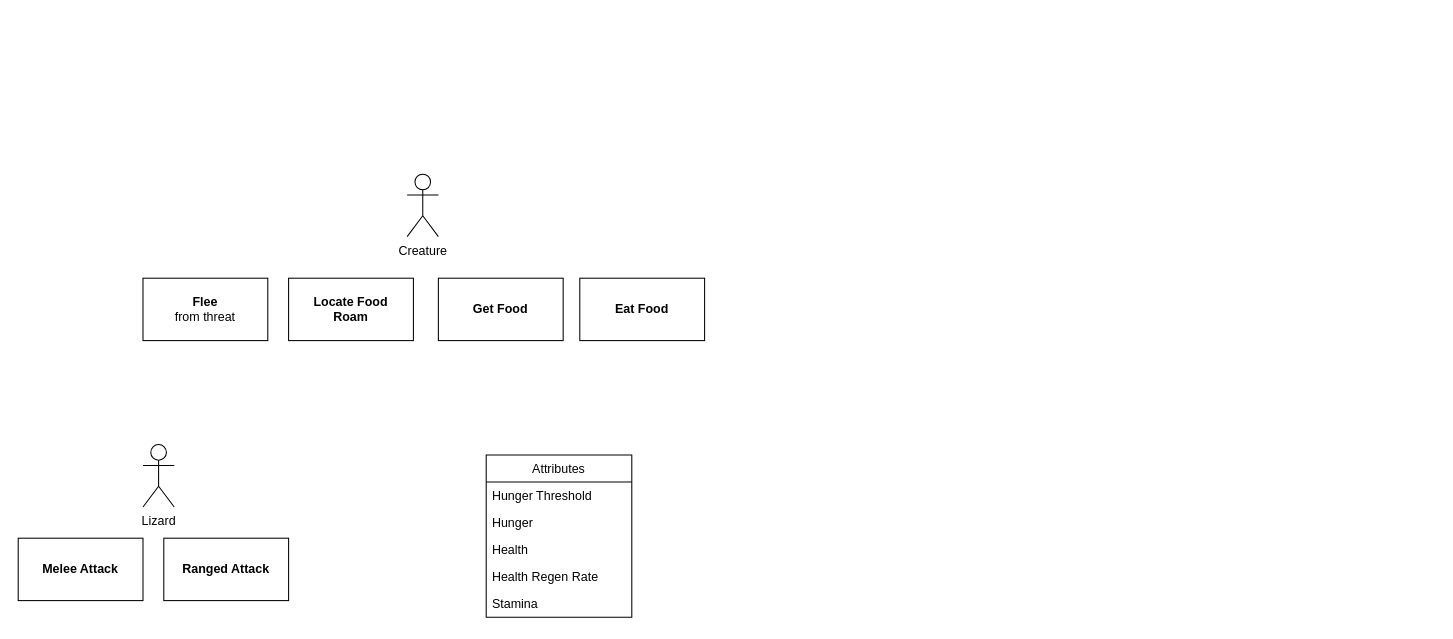
This is documentation/actionPlans_the-game.drawio from AumPatel2208/GOAP-Ecosystem-FPS, a draw.io file, before an edit. Source tidied: cells renumbered, new cells numbered last; positions are measured from the earlier drawing's top-left corner, leaving out a move shared by most shapes. Both pictures are drawn from the tidied source at 104%, with x=0, y=0 at pixel (18, 174).
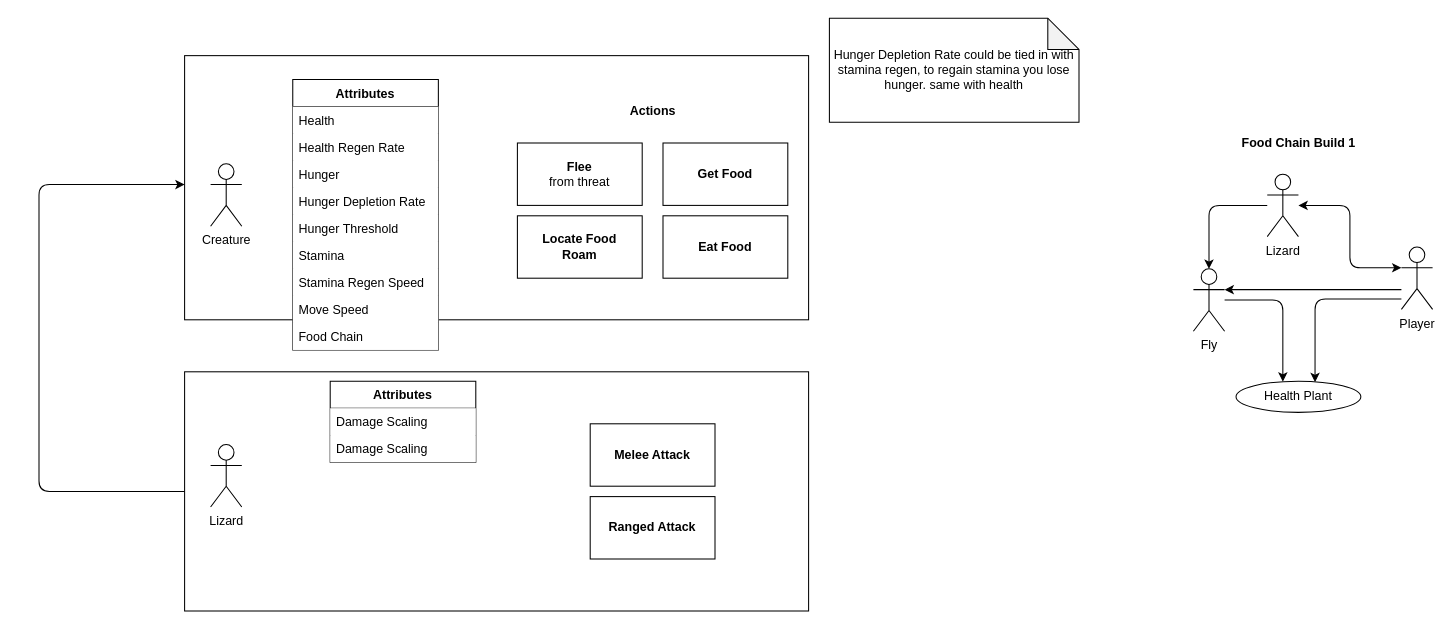
The same diagram, later.

The edit, as a diff of the source:
```diff
@@
+    <mxCell id="16" style="rounded=0;whiteSpace=wrap;html=1;fillColor=#ffffff;" parent="1" vertex="1">
+      <mxGeometry x="160" y="190" width="600" height="230" as="geometry" />
+    </mxCell>
+    <mxCell id="17" style="rounded=0;whiteSpace=wrap;html=1;fillColor=#ffffff;" parent="1" vertex="1">
+      <mxGeometry x="160" y="-114" width="600" height="254" as="geometry" />
+    </mxCell>
     <mxCell id="2" value="&lt;div&gt;Creature&lt;/div&gt;" style="shape=umlActor;verticalLabelPosition=bottom;verticalAlign=top;html=1;" parent="1" vertex="1">
-      <mxGeometry x="374" width="30" height="60" as="geometry" />
+      <mxGeometry x="185" y="-10" width="30" height="60" as="geometry" />
     </mxCell>
     <mxCell id="3" value="&lt;div&gt;&lt;b&gt;Flee&lt;/b&gt;&lt;br&gt;&lt;/div&gt;&lt;div&gt;from threat&lt;br&gt;&lt;/div&gt;" style="rounded=0;whiteSpace=wrap;html=1;" parent="1" vertex="1">
-      <mxGeometry x="120" y="100" width="120" height="60" as="geometry" />
+      <mxGeometry x="480" y="-30" width="120" height="60" as="geometry" />
     </mxCell>
     <mxCell id="4" value="&lt;div&gt;&lt;b&gt;Locate Food&lt;/b&gt;&lt;/div&gt;&lt;div&gt;&lt;b&gt;Roam&lt;br&gt;&lt;/b&gt;&lt;/div&gt;" style="whiteSpace=wrap;html=1;" parent="1" vertex="1">
-      <mxGeometry x="260" y="100" width="120" height="60" as="geometry" />
+      <mxGeometry x="480" y="40" width="120" height="60" as="geometry" />
     </mxCell>
     <mxCell id="5" value="&lt;b&gt;Eat Food&lt;br&gt;&lt;/b&gt;" style="whiteSpace=wrap;html=1;" parent="1" vertex="1">
-      <mxGeometry x="540" y="100" width="120" height="60" as="geometry" />
+      <mxGeometry x="620" y="40" width="120" height="60" as="geometry" />
     </mxCell>
     <mxCell id="6" value="&lt;div&gt;&lt;b&gt;Get Food&lt;/b&gt;&lt;/div&gt;" style="whiteSpace=wrap;html=1;" parent="1" vertex="1">
-      <mxGeometry x="404" y="100" width="120" height="60" as="geometry" />
+      <mxGeometry x="620" y="-30" width="120" height="60" as="geometry" />
     </mxCell>
+    <mxCell id="18" style="edgeStyle=orthogonalEdgeStyle;rounded=1;jettySize=auto;html=1;exitX=0;exitY=0.5;exitDx=0;exitDy=0;" parent="1" edge="1" source="16">
+      <mxGeometry relative="1" as="geometry">
+        <mxPoint x="160" y="10" as="targetPoint" />
+        <Array as="points">
+          <mxPoint x="20" y="305" />
+          <mxPoint x="20" y="10" />
+        </Array>
+      </mxGeometry>
+    </mxCell>
     <mxCell id="7" value="&lt;div&gt;Lizard&lt;/div&gt;" style="shape=umlActor;verticalLabelPosition=bottom;verticalAlign=top;html=1;" parent="1" vertex="1">
-      <mxGeometry x="120" y="260" width="30" height="60" as="geometry" />
+      <mxGeometry x="185" y="260" width="30" height="60" as="geometry" />
     </mxCell>
     <mxCell id="8" value="&lt;b&gt;Melee Attack&lt;/b&gt;" style="whiteSpace=wrap;html=1;" parent="1" vertex="1">
-      <mxGeometry y="350" width="120" height="60" as="geometry" />
+      <mxGeometry x="550" y="240" width="120" height="60" as="geometry" />
     </mxCell>
     <mxCell id="9" value="&lt;b&gt;Ranged Attack&lt;/b&gt;" style="whiteSpace=wrap;html=1;" parent="1" vertex="1">
-      <mxGeometry x="140" y="350" width="120" height="60" as="geometry" />
+      <mxGeometry x="550" y="310" width="120" height="60" as="geometry" />
     </mxCell>
-    <mxCell id="10" value="Attributes" style="swimlane;fontStyle=0;horizontal=1;startSize=26;fillColor=none;" parent="1" vertex="1">
-      <mxGeometry x="450" y="270" width="140" height="156" as="geometry" />
+    <mxCell id="10" value="Attributes" style="swimlane;fontStyle=1;horizontal=1;startSize=26;" parent="1" vertex="1">
+      <mxGeometry x="264" y="-91" width="140" height="260" as="geometry" />
     </mxCell>
-    <mxCell id="11" value="Hunger Threshold" style="text;strokeColor=none;fillColor=none;align=left;verticalAlign=top;spacingLeft=4;spacingRight=4;overflow=hidden;" parent="10" vertex="1">
-      <mxGeometry y="26" width="140" height="26" as="geometry" />
-    </mxCell>
-    <mxCell id="12" value="Hunger" style="text;strokeColor=none;fillColor=none;align=left;verticalAlign=top;spacingLeft=4;spacingRight=4;overflow=hidden;" parent="10" vertex="1">
-      <mxGeometry y="52" width="140" height="26" as="geometry" />
-    </mxCell>
-    <mxCell id="13" value="Health" style="text;strokeColor=none;fillColor=none;align=left;verticalAlign=top;spacingLeft=4;spacingRight=4;overflow=hidden;" parent="10" vertex="1">
-      <mxGeometry y="78" width="140" height="26" as="geometry" />
+    <mxCell id="13" value="Health" style="text;strokeColor=none;align=left;verticalAlign=top;spacingLeft=4;spacingRight=4;overflow=hidden;fillColor=#ffffff;" parent="10" vertex="1">
+      <mxGeometry y="26" width="140" height="26" as="geometry" />
     </mxCell>
-    <mxCell id="14" value="Health Regen Rate" style="text;strokeColor=none;fillColor=none;align=left;verticalAlign=top;spacingLeft=4;spacingRight=4;overflow=hidden;" parent="10" vertex="1">
-      <mxGeometry y="104" width="140" height="26" as="geometry" />
+    <mxCell id="14" value="Health Regen Rate" style="text;strokeColor=none;align=left;verticalAlign=top;spacingLeft=4;spacingRight=4;overflow=hidden;fillColor=#ffffff;" parent="10" vertex="1">
+      <mxGeometry y="52" width="140" height="26" as="geometry" />
     </mxCell>
+    <mxCell id="12" value="Hunger" style="text;strokeColor=none;align=left;verticalAlign=top;spacingLeft=4;spacingRight=4;overflow=hidden;fillColor=#ffffff;" parent="10" vertex="1">
+      <mxGeometry y="78" width="140" height="26" as="geometry" />
+    </mxCell>
+    <mxCell id="19" value="Hunger Depletion Rate" style="text;strokeColor=none;align=left;verticalAlign=top;spacingLeft=4;spacingRight=4;overflow=hidden;fillColor=#ffffff;" parent="10" vertex="1">
+      <mxGeometry y="104" width="140" height="26" as="geometry" />
+    </mxCell>
+    <mxCell id="11" value="Hunger Threshold" style="text;strokeColor=none;align=left;verticalAlign=top;spacingLeft=4;spacingRight=4;overflow=hidden;fillColor=#ffffff;" parent="10" vertex="1">
+      <mxGeometry y="130" width="140" height="26" as="geometry" />
+    </mxCell>
-    <mxCell id="15" value="Stamina" style="text;strokeColor=none;fillColor=none;align=left;verticalAlign=top;spacingLeft=4;spacingRight=4;overflow=hidden;" parent="10" vertex="1">
-      <mxGeometry y="130" width="140" height="26" as="geometry" />
+    <mxCell id="15" value="Stamina" style="text;strokeColor=none;align=left;verticalAlign=top;spacingLeft=4;spacingRight=4;overflow=hidden;fillColor=#ffffff;" parent="10" vertex="1">
+      <mxGeometry y="156" width="140" height="26" as="geometry" />
     </mxCell>
+    <mxCell id="20" value="Stamina Regen Speed" style="text;strokeColor=none;align=left;verticalAlign=top;spacingLeft=4;spacingRight=4;overflow=hidden;fillColor=#ffffff;" parent="10" vertex="1">
+      <mxGeometry y="182" width="140" height="26" as="geometry" />
+    </mxCell>
+    <mxCell id="21" value="Move Speed" style="text;strokeColor=none;align=left;verticalAlign=top;spacingLeft=4;spacingRight=4;overflow=hidden;fillColor=#ffffff;" parent="10" vertex="1">
+      <mxGeometry y="208" width="140" height="26" as="geometry" />
+    </mxCell>
+    <mxCell id="22" value="Food Chain" style="text;strokeColor=none;align=left;verticalAlign=top;spacingLeft=4;spacingRight=4;overflow=hidden;fillColor=#ffffff;" parent="10" vertex="1">
+      <mxGeometry y="234" width="140" height="26" as="geometry" />
+    </mxCell>
+    <mxCell id="23" value="&lt;div&gt;Actions&lt;/div&gt;" style="text;html=1;align=center;verticalAlign=middle;fontStyle=1;" parent="1" vertex="1">
+      <mxGeometry x="580" y="-70" width="60" height="20" as="geometry" />
+    </mxCell>
+    <mxCell id="24" value="Attributes" style="swimlane;fontStyle=1;horizontal=1;startSize=26;" parent="1" vertex="1">
+      <mxGeometry x="300" y="199" width="140" height="78" as="geometry" />
+    </mxCell>
+    <mxCell id="25" value="Damage Scaling" style="text;strokeColor=none;align=left;verticalAlign=top;spacingLeft=4;spacingRight=4;overflow=hidden;fillColor=#ffffff;" parent="24" vertex="1">
+      <mxGeometry y="26" width="140" height="26" as="geometry" />
+    </mxCell>
+    <mxCell id="26" value="Damage Scaling" style="text;strokeColor=none;align=left;verticalAlign=top;spacingLeft=4;spacingRight=4;overflow=hidden;fillColor=#ffffff;" parent="24" vertex="1">
+      <mxGeometry y="52" width="140" height="26" as="geometry" />
+    </mxCell>
+    <mxCell id="27" value="&lt;div&gt;Food Chain Build 1&lt;/div&gt;" style="text;html=1;strokeColor=none;fillColor=none;align=center;verticalAlign=middle;whiteSpace=wrap;rounded=0;fontStyle=1;" parent="1" vertex="1">
+      <mxGeometry x="1166.5" y="-40" width="129" height="20" as="geometry" />
+    </mxCell>
+    <mxCell id="28" style="edgeStyle=orthogonalEdgeStyle;rounded=1;jettySize=auto;html=1;strokeColor=#000000;" parent="1" edge="1" source="30" target="32">
+      <mxGeometry relative="1" as="geometry" />
+    </mxCell>
+    <mxCell id="29" style="edgeStyle=orthogonalEdgeStyle;rounded=1;jettySize=auto;html=1;entryX=0;entryY=0.3333333333333333;entryDx=0;entryDy=0;entryPerimeter=0;strokeColor=#000000;startArrow=classic;startFill=1;" parent="1" edge="1" source="30" target="35">
+      <mxGeometry relative="1" as="geometry" />
+    </mxCell>
+    <mxCell id="30" value="&lt;div&gt;Lizard&lt;/div&gt;" style="shape=umlActor;verticalLabelPosition=bottom;verticalAlign=top;html=1;outlineConnect=0;" parent="1" vertex="1">
+      <mxGeometry x="1201" width="30" height="60" as="geometry" />
+    </mxCell>
+    <mxCell id="31" style="edgeStyle=orthogonalEdgeStyle;rounded=1;jettySize=auto;html=1;startArrow=none;startFill=0;strokeColor=#000000;" parent="1" edge="1" source="32" target="36">
+      <mxGeometry relative="1" as="geometry">
+        <Array as="points">
+          <mxPoint x="1216" y="121" />
+        </Array>
+      </mxGeometry>
+    </mxCell>
+    <mxCell id="32" value="&lt;div&gt;Fly&lt;/div&gt;" style="shape=umlActor;verticalLabelPosition=bottom;verticalAlign=top;html=1;outlineConnect=0;" parent="1" vertex="1">
+      <mxGeometry x="1130" y="91" width="30" height="60" as="geometry" />
+    </mxCell>
+    <mxCell id="33" style="edgeStyle=orthogonalEdgeStyle;rounded=1;jettySize=auto;html=1;entryX=0.633;entryY=0.033;entryDx=0;entryDy=0;entryPerimeter=0;startArrow=none;startFill=0;strokeColor=#000000;" parent="1" edge="1" source="35" target="36">
+      <mxGeometry relative="1" as="geometry">
+        <Array as="points">
+          <mxPoint x="1247" y="120" />
+        </Array>
+      </mxGeometry>
+    </mxCell>
+    <mxCell id="34" style="edgeStyle=orthogonalEdgeStyle;rounded=1;jettySize=auto;html=1;entryX=1;entryY=0.3333333333333333;entryDx=0;entryDy=0;entryPerimeter=0;startArrow=none;startFill=0;strokeColor=#000000;" parent="1" edge="1" source="35" target="32">
+      <mxGeometry relative="1" as="geometry">
+        <Array as="points">
+          <mxPoint x="1280" y="111" />
+          <mxPoint x="1280" y="111" />
+        </Array>
+      </mxGeometry>
+    </mxCell>
+    <mxCell id="35" value="&lt;div&gt;Player&lt;/div&gt;" style="shape=umlActor;verticalLabelPosition=bottom;verticalAlign=top;html=1;outlineConnect=0;" parent="1" vertex="1">
+      <mxGeometry x="1330" y="70" width="30" height="60" as="geometry" />
+    </mxCell>
+    <mxCell id="36" value="Health Plant" style="ellipse;whiteSpace=wrap;html=1;fillColor=#ffffff;" parent="1" vertex="1">
+      <mxGeometry x="1171" y="199" width="120" height="30" as="geometry" />
+    </mxCell>
+    <mxCell id="37" value="Hunger Depletion Rate could be tied in with stamina regen, to regain stamina you lose hunger. same with health" style="shape=note;whiteSpace=wrap;html=1;backgroundOutline=1;darkOpacity=0.05;fillColor=#ffffff;" parent="1" vertex="1">
+      <mxGeometry x="780" y="-150" width="240" height="100" as="geometry" />
+    </mxCell>
```
